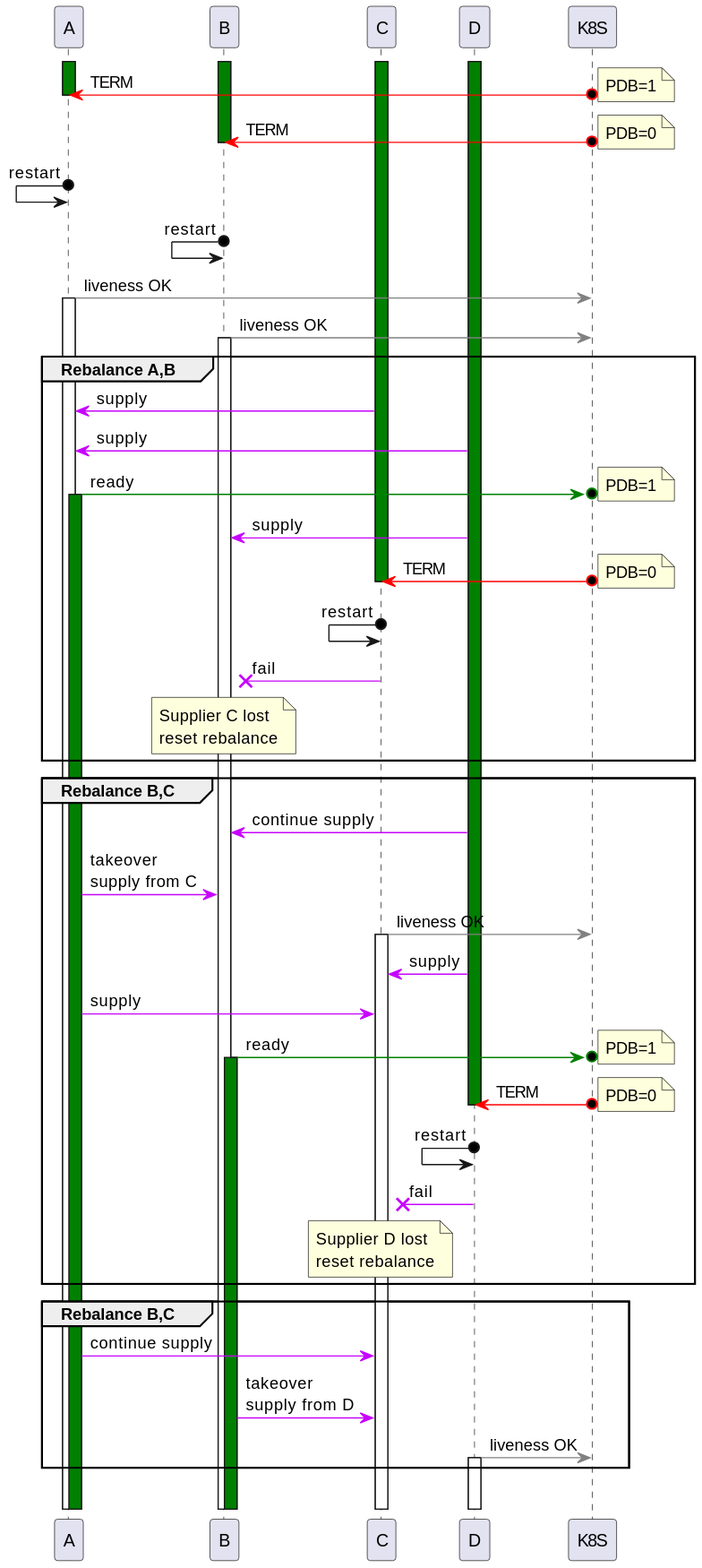
This is use-cases/img/rolling_bounce_pdb2_pds.svg from gridgain/gridgain, a PlantUML export, as it was before one commit.
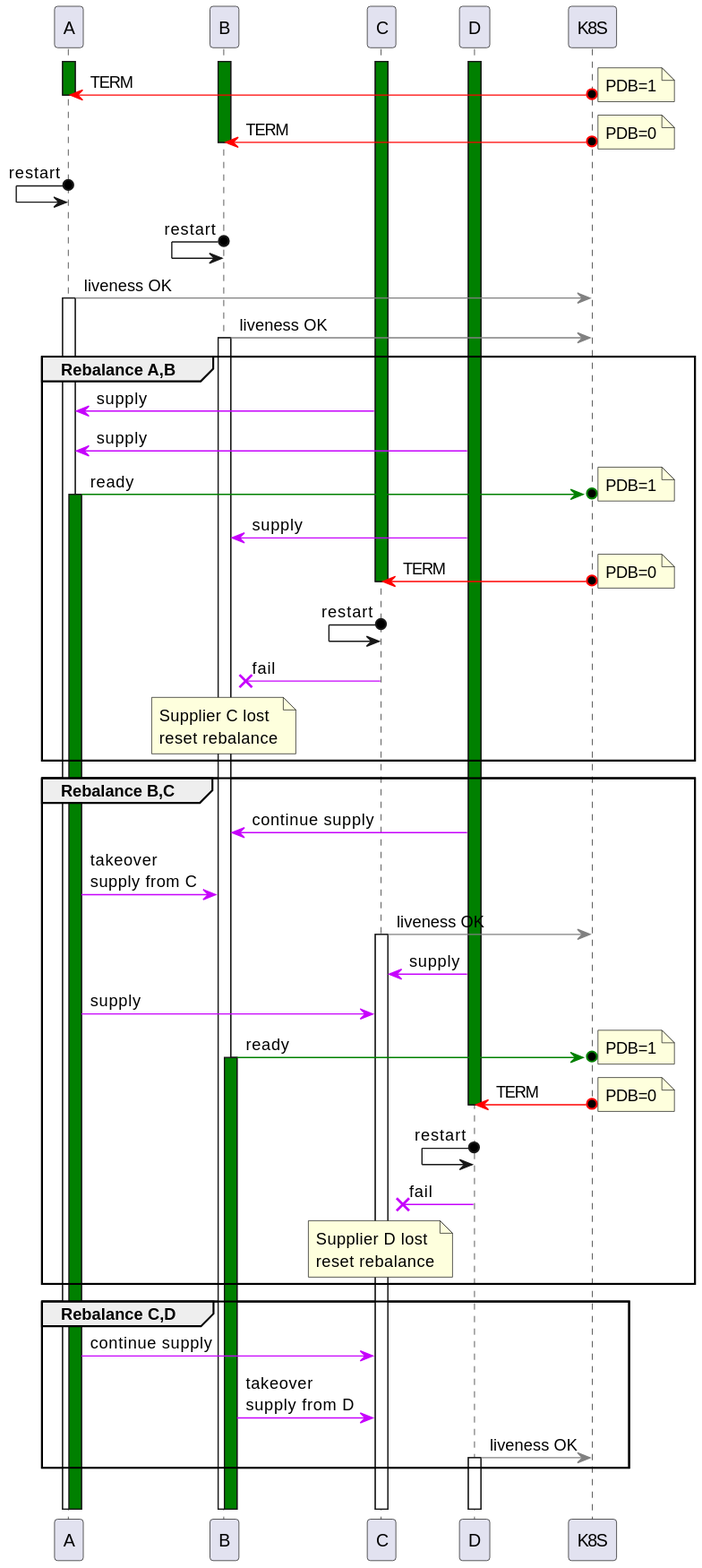
Above is the later version.

Change to the diagram source:
```diff
@@ -72,7 +72,7 @@
   note over C: Supplier D lost\nreset rebalance
 end
 
-group Rebalance B,C
+group Rebalance C,D
   A -[#c603fc]> C : continue supply
   B -[#c603fc]> C : takeover\nsupply from D
 
```
